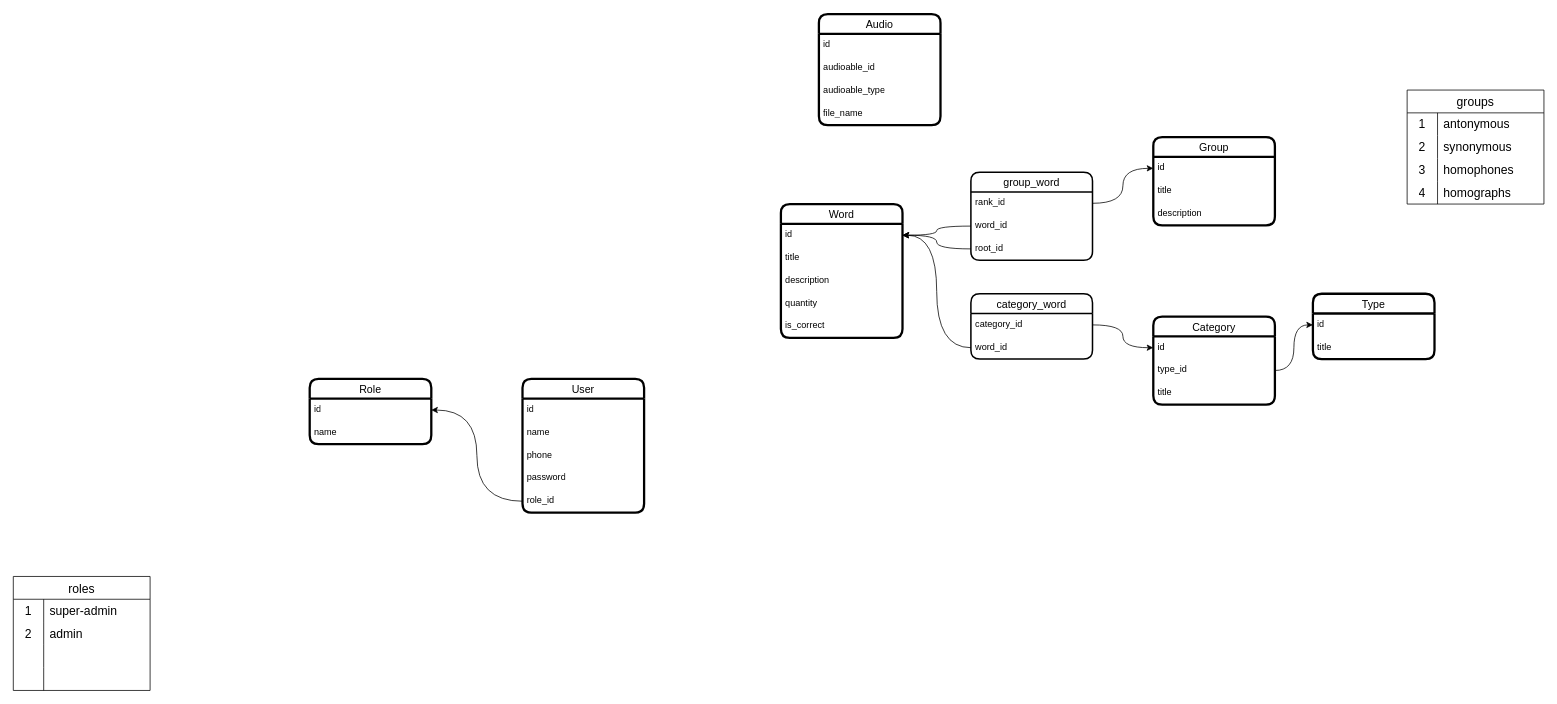
The draw.io diagram ts-backend.drawio in iztileuoff/databases, before the edit. Source tidied: cells renumbered, new cells numbered last; positions are measured from the earlier drawing's top-left corner, leaving out a move shared by most shapes. Both pictures are drawn from the tidied source at 76%, with x=0, y=0 at pixel (13, 14).
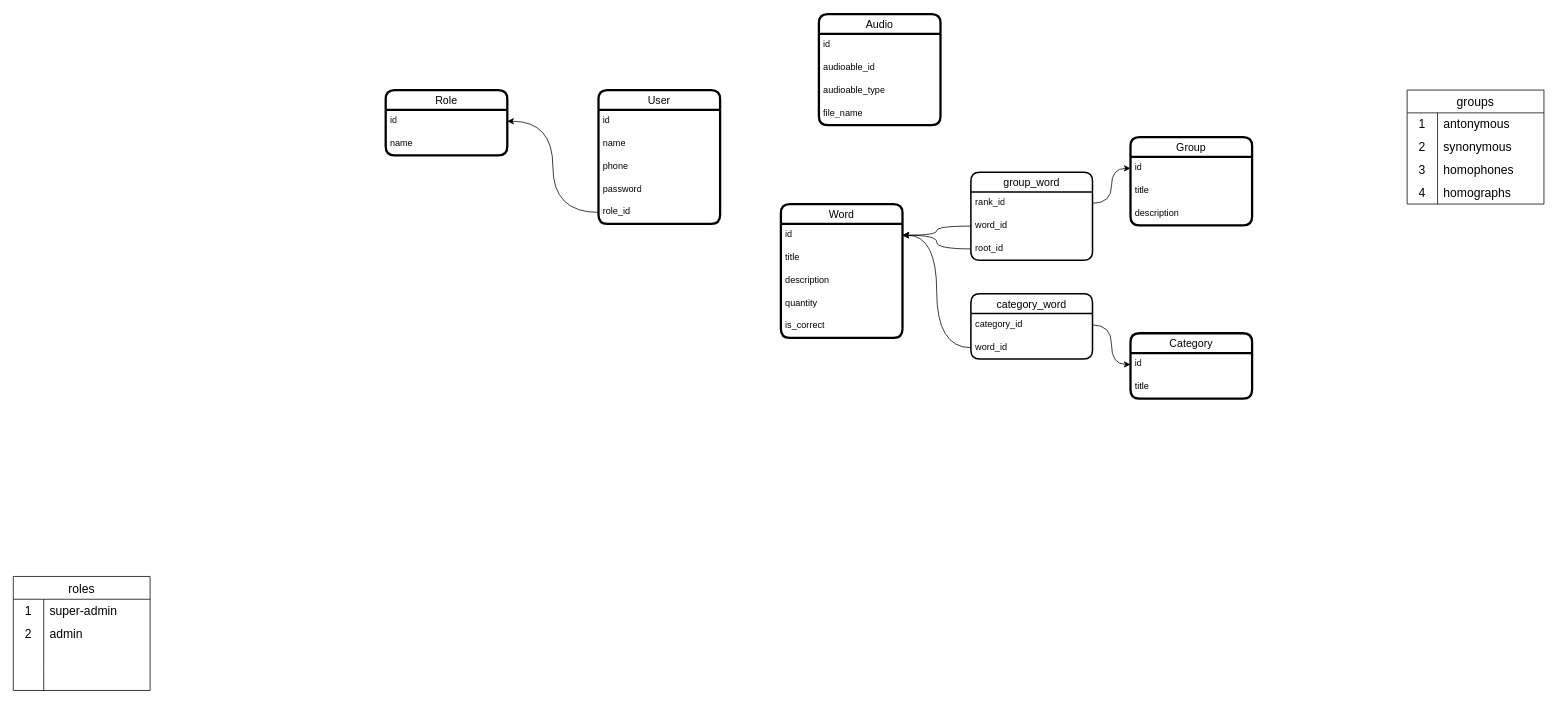
After the change.

Diff of the diagram source:
```diff
@@
     <mxCell id="2" value="User" style="swimlane;fontStyle=0;horizontal=1;startSize=26;align=center;fontSize=14;rounded=1;strokeWidth=3;" parent="1" vertex="1">
-      <mxGeometry x="670" y="480" width="160" height="176" as="geometry" />
+      <mxGeometry x="770" y="100" width="160" height="176" as="geometry" />
     </mxCell>
@@
     <mxCell id="8" value="Role" style="swimlane;fontStyle=0;horizontal=1;startSize=26;align=center;fontSize=14;rounded=1;strokeWidth=3;" parent="1" vertex="1">
-      <mxGeometry x="390" y="480" width="160" height="86" as="geometry" />
+      <mxGeometry x="490" y="100" width="160" height="86" as="geometry" />
     </mxCell>
@@
-    <mxCell id="17" value="Type" style="swimlane;fontStyle=0;horizontal=1;startSize=26;align=center;fontSize=14;rounded=1;strokeWidth=3;" parent="1" vertex="1">
-      <mxGeometry x="1710" y="368" width="160" height="86" as="geometry" />
-    </mxCell>
-    <mxCell id="18" value="id" style="text;strokeColor=none;fillColor=none;spacingLeft=4;spacingRight=4;overflow=hidden;points=[[0,0.5],[1,0.5]];portConstraint=eastwest;fontSize=12;whiteSpace=wrap;html=1;" parent="17" vertex="1">
-      <mxGeometry y="26" width="160" height="30" as="geometry" />
-    </mxCell>
-    <mxCell id="19" value="title" style="text;strokeColor=none;fillColor=none;spacingLeft=4;spacingRight=4;overflow=hidden;fontSize=12;whiteSpace=wrap;html=1;" parent="17" vertex="1">
-      <mxGeometry y="56" width="160" height="30" as="geometry" />
-    </mxCell>
     <mxCell id="20" value="Category" style="swimlane;fontStyle=0;horizontal=1;startSize=26;align=center;fontSize=14;rounded=1;strokeWidth=3;" parent="1" vertex="1">
-      <mxGeometry x="1500" y="398" width="160" height="116" as="geometry" />
+      <mxGeometry x="1470" y="420" width="160" height="86" as="geometry" />
     </mxCell>
@@
-    <mxCell id="22" value="type_id" style="text;strokeColor=none;fillColor=none;spacingLeft=4;spacingRight=4;overflow=hidden;points=[[0,0.5],[1,0.5]];portConstraint=eastwest;fontSize=12;whiteSpace=wrap;html=1;" parent="20" vertex="1">
-      <mxGeometry y="56" width="160" height="30" as="geometry" />
-    </mxCell>
     <mxCell id="23" value="title" style="text;strokeColor=none;fillColor=none;spacingLeft=4;spacingRight=4;overflow=hidden;fontSize=12;whiteSpace=wrap;html=1;" parent="20" vertex="1">
-      <mxGeometry y="86" width="160" height="30" as="geometry" />
+      <mxGeometry y="56" width="160" height="30" as="geometry" />
     </mxCell>
-    <mxCell id="24" style="edgeStyle=orthogonalEdgeStyle;rounded=0;jettySize=auto;html=1;curved=1;" parent="1" edge="1" source="22" target="18">
-      <mxGeometry relative="1" as="geometry" />
-    </mxCell>
@@
     <mxCell id="48" value="Group" style="swimlane;fontStyle=0;horizontal=1;startSize=26;align=center;fontSize=14;rounded=1;strokeWidth=3;" parent="1" vertex="1">
-      <mxGeometry x="1500" y="162" width="160" height="116" as="geometry" />
+      <mxGeometry x="1470" y="162" width="160" height="116" as="geometry" />
     </mxCell>
```
